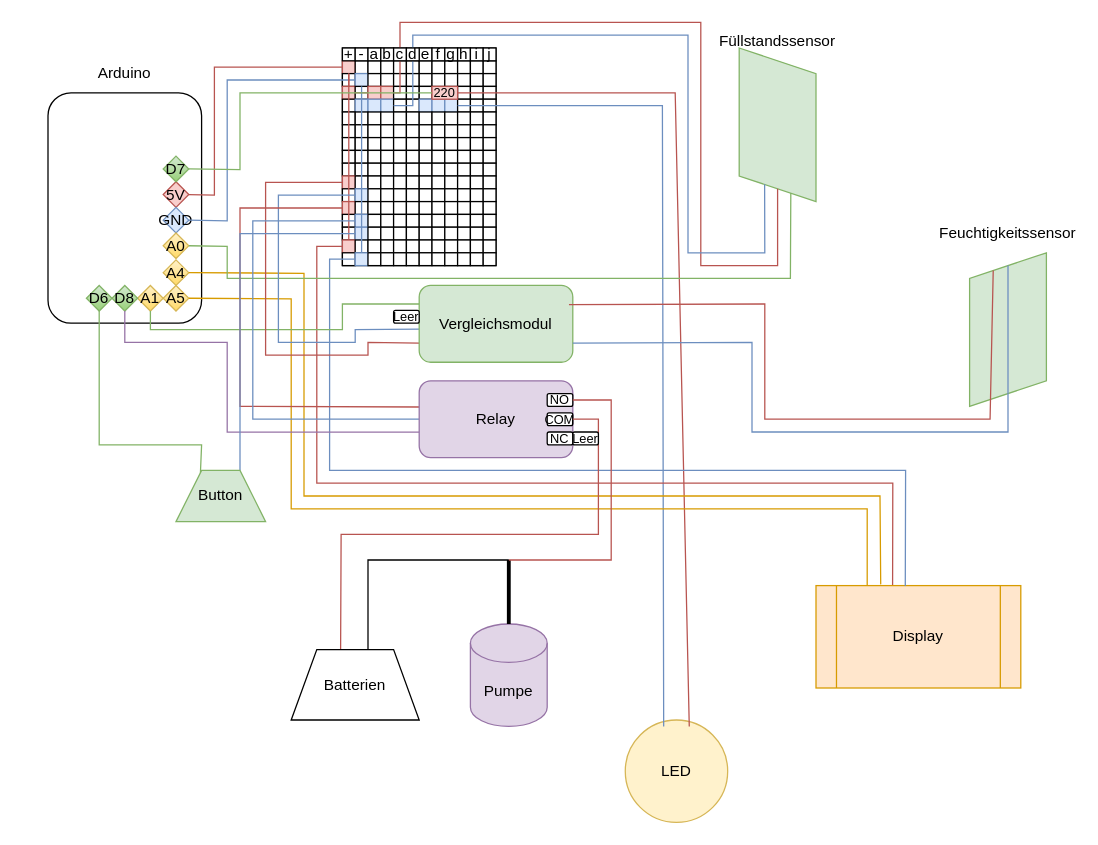
This is Unbenanntes Diagramm.drawio from 1Ryza1/Bewaesserung-System, a draw.io file, before an edit. Source tidied: cells renumbered, new cells numbered last; positions are measured from the earlier drawing's top-left corner, leaving out a move shared by most shapes. Both pictures are drawn from the tidied source at 128%, with x=0, y=0 at pixel (47, 22).
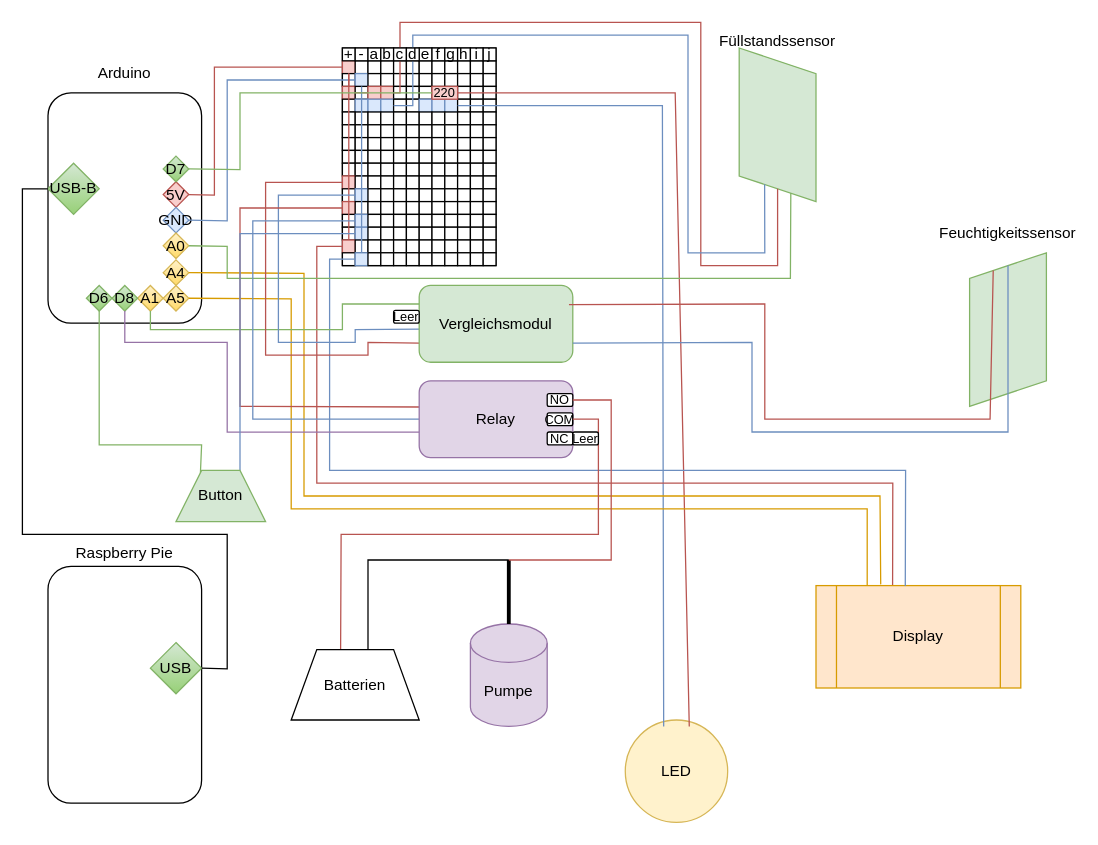
The same diagram, later.

What changed in the source:
```diff
@@
+    <mxCell id="263" style="rounded=1;whiteSpace=wrap;html=1;" parent="1" vertex="1">
+      <mxGeometry y="425" width="120" height="185" as="geometry" />
+    </mxCell>
+    <mxCell id="264" value="USB-B" style="rhombus;whiteSpace=wrap;html=1;fillColor=#d5e8d4;gradientColor=#97d077;strokeColor=#82b366;" parent="1" vertex="1">
+      <mxGeometry y="110" width="40" height="40" as="geometry" />
+    </mxCell>
+    <mxCell id="265" value="USB" style="rhombus;whiteSpace=wrap;html=1;fillColor=#d5e8d4;gradientColor=#97d077;strokeColor=#82b366;" parent="1" vertex="1">
+      <mxGeometry x="80" y="484.5" width="40" height="40" as="geometry" />
+    </mxCell>
+    <mxCell id="266" style="endArrow=none;html=1;rounded=0;exitX=1;exitY=0.5;exitDx=0;exitDy=0;entryX=0;entryY=0.5;entryDx=0;entryDy=0;" parent="1" edge="1" source="265" target="264">
+      <mxGeometry relative="1" as="geometry">
+        <Array as="points">
+          <mxPoint x="140" y="505" />
+          <mxPoint x="140" y="400" />
+          <mxPoint x="-20" y="400" />
+          <mxPoint x="-20" y="130" />
+        </Array>
+      </mxGeometry>
+    </mxCell>
+    <mxCell id="267" value="Raspberry Pie" style="text;html=1;whiteSpace=wrap;strokeColor=none;fillColor=none;align=center;verticalAlign=middle;rounded=0;" parent="1" vertex="1">
+      <mxGeometry x="10" y="400" width="100" height="30" as="geometry" />
+    </mxCell>
```
